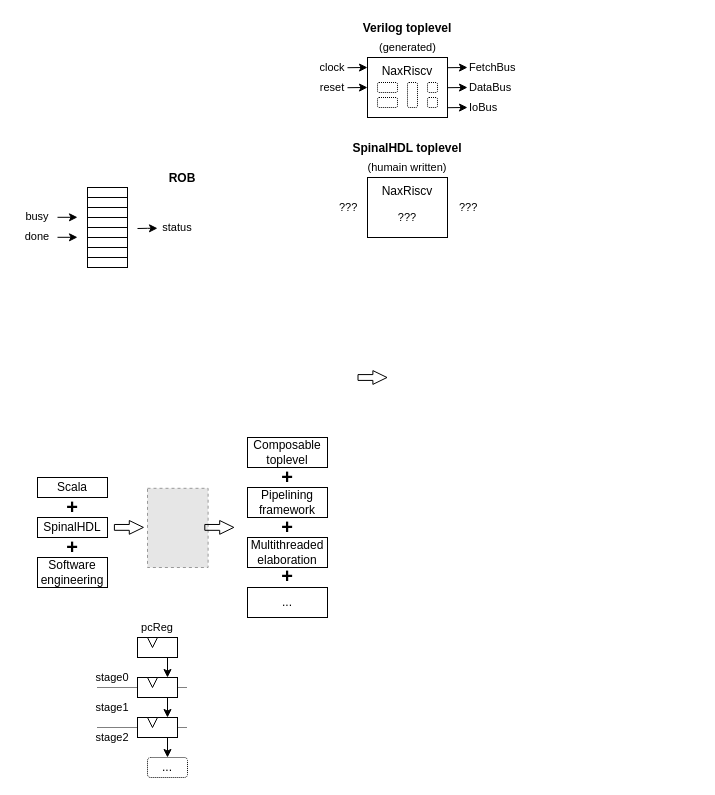
Above: page "misc" (10 of 10) of source/asset/miaou.drawio in SpinalHDL/NaxRiscv-Rtd (draw.io), before the change. Source tidied: cells renumbered, new cells numbered last; positions are measured from the earlier drawing's top-left corner, leaving out a move shared by most shapes. Both pictures are drawn from the tidied source at 100%, with x=0, y=0 at pixel (17, 17). Pictures stored in the file or linked from it are replaced by grey dashed boxes.
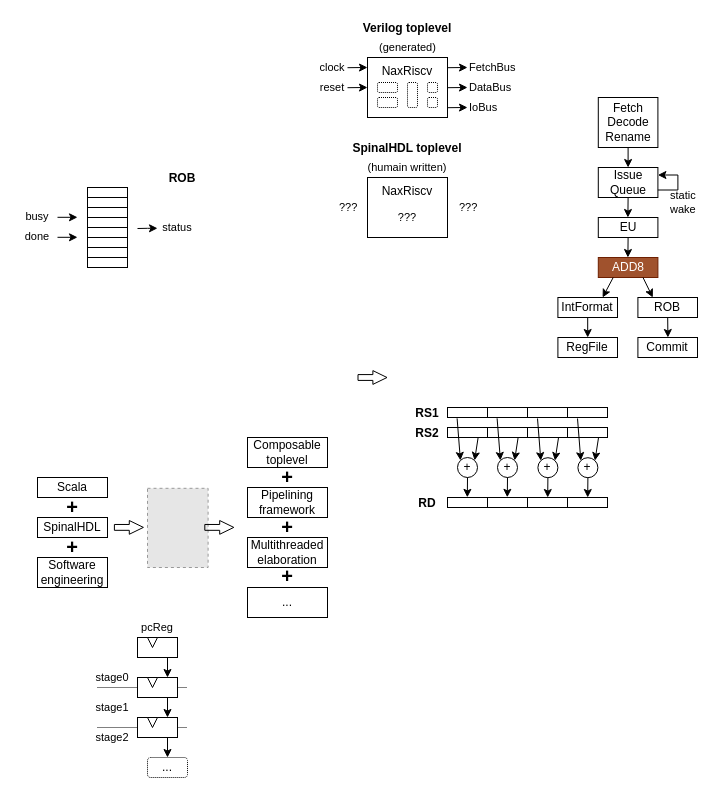
Above is the later version.

The edit, as a diff of the source:
```diff
@@
+    <mxCell id="76" style="rounded=0;jettySize=auto;html=1;fontSize=12;startArrow=none;startFill=0;endArrow=classic;endFill=1;entryX=1;entryY=0;entryDx=0;entryDy=0;exitX=0.191;exitY=1.016;exitDx=0;exitDy=0;exitPerimeter=0;" parent="1" edge="1" target="77">
+      <mxGeometry relative="1" as="geometry">
+        <mxPoint x="460.6" y="420.2" as="sourcePoint" />
+      </mxGeometry>
+    </mxCell>
+    <mxCell id="77" value="+" style="ellipse;whiteSpace=wrap;html=1;fontSize=12;" parent="1" vertex="1">
+      <mxGeometry x="440" y="440" width="20" height="20" as="geometry" />
+    </mxCell>
+    <mxCell id="78" style="rounded=0;whiteSpace=wrap;html=1;" parent="1" vertex="1">
+      <mxGeometry x="430" y="480" width="160" height="10" as="geometry" />
+    </mxCell>
+    <mxCell id="79" style="edgeStyle=orthogonalEdgeStyle;rounded=0;jettySize=auto;html=1;fontSize=12;startArrow=none;startFill=0;endArrow=classic;endFill=1;exitX=0.5;exitY=1;exitDx=0;exitDy=0;entryX=0.124;entryY=-0.016;entryDx=0;entryDy=0;entryPerimeter=0;" parent="1" edge="1" source="77" target="78">
+      <mxGeometry relative="1" as="geometry">
+        <Array as="points">
+          <mxPoint x="450" y="460" />
+        </Array>
+      </mxGeometry>
+    </mxCell>
+    <mxCell id="80" style="rounded=0;whiteSpace=wrap;html=1;" parent="1" vertex="1">
+      <mxGeometry x="430" y="410" width="160" height="10" as="geometry" />
+    </mxCell>
+    <mxCell id="81" style="rounded=0;jettySize=auto;html=1;fontSize=12;startArrow=none;startFill=0;endArrow=classic;endFill=1;exitX=0.06;exitY=1.084;exitDx=0;exitDy=0;exitPerimeter=0;entryX=0;entryY=0;entryDx=0;entryDy=0;" parent="1" edge="1" source="85" target="77">
+      <mxGeometry relative="1" as="geometry" />
+    </mxCell>
+    <mxCell id="82" style="rounded=0;orthogonalLoop=1;jettySize=auto;html=1;fontSize=12;startArrow=none;startFill=0;endArrow=none;endFill=0;exitX=0.25;exitY=0;exitDx=0;exitDy=0;entryX=0.25;entryY=1;entryDx=0;entryDy=0;" parent="1" edge="1" source="80" target="80">
+      <mxGeometry relative="1" as="geometry" />
+    </mxCell>
+    <mxCell id="83" style="rounded=0;orthogonalLoop=1;jettySize=auto;html=1;fontSize=12;startArrow=none;startFill=0;endArrow=none;endFill=0;entryX=0.25;entryY=1;entryDx=0;entryDy=0;" parent="1" edge="1">
+      <mxGeometry relative="1" as="geometry">
+        <mxPoint x="550" y="410" as="sourcePoint" />
+        <mxPoint x="550" y="420" as="targetPoint" />
+      </mxGeometry>
+    </mxCell>
+    <mxCell id="84" style="rounded=0;orthogonalLoop=1;jettySize=auto;html=1;fontSize=12;startArrow=none;startFill=0;endArrow=none;endFill=0;entryX=0.5;entryY=1;entryDx=0;entryDy=0;exitX=0.5;exitY=0;exitDx=0;exitDy=0;" parent="1" edge="1" source="80" target="80">
+      <mxGeometry relative="1" as="geometry" />
+    </mxCell>
+    <mxCell id="85" style="rounded=0;whiteSpace=wrap;html=1;" parent="1" vertex="1">
+      <mxGeometry x="430" y="390" width="160" height="10" as="geometry" />
+    </mxCell>
+    <mxCell id="86" style="rounded=0;orthogonalLoop=1;jettySize=auto;html=1;fontSize=12;startArrow=none;startFill=0;endArrow=none;endFill=0;exitX=0.25;exitY=0;exitDx=0;exitDy=0;entryX=0.25;entryY=1;entryDx=0;entryDy=0;" parent="1" edge="1" source="85" target="85">
+      <mxGeometry relative="1" as="geometry" />
+    </mxCell>
+    <mxCell id="87" style="rounded=0;orthogonalLoop=1;jettySize=auto;html=1;fontSize=12;startArrow=none;startFill=0;endArrow=none;endFill=0;entryX=0.25;entryY=1;entryDx=0;entryDy=0;" parent="1" edge="1">
+      <mxGeometry relative="1" as="geometry">
+        <mxPoint x="550" y="390" as="sourcePoint" />
+        <mxPoint x="550" y="400" as="targetPoint" />
+      </mxGeometry>
+    </mxCell>
+    <mxCell id="88" style="rounded=0;orthogonalLoop=1;jettySize=auto;html=1;fontSize=12;startArrow=none;startFill=0;endArrow=none;endFill=0;entryX=0.5;entryY=1;entryDx=0;entryDy=0;exitX=0.5;exitY=0;exitDx=0;exitDy=0;" parent="1" edge="1" source="85" target="85">
+      <mxGeometry relative="1" as="geometry" />
+    </mxCell>
+    <mxCell id="89" value="RS1" style="text;strokeColor=none;fillColor=none;align=center;verticalAlign=middle;spacingLeft=4;spacingRight=4;overflow=hidden;fontStyle=1;" parent="1" vertex="1">
+      <mxGeometry x="390" y="385" width="40" height="20" as="geometry" />
+    </mxCell>
+    <mxCell id="90" value="RS2" style="text;strokeColor=none;fillColor=none;align=center;verticalAlign=middle;spacingLeft=4;spacingRight=4;overflow=hidden;fontStyle=1;" parent="1" vertex="1">
+      <mxGeometry x="390" y="405" width="40" height="20" as="geometry" />
+    </mxCell>
+    <mxCell id="91" value="RD" style="text;strokeColor=none;fillColor=none;align=center;verticalAlign=middle;spacingLeft=4;spacingRight=4;overflow=hidden;fontStyle=1;" parent="1" vertex="1">
+      <mxGeometry x="390" y="475" width="40" height="20" as="geometry" />
+    </mxCell>
+    <mxCell id="92" style="rounded=0;orthogonalLoop=1;jettySize=auto;html=1;fontSize=12;startArrow=none;startFill=0;endArrow=none;endFill=0;exitX=0.25;exitY=0;exitDx=0;exitDy=0;entryX=0.25;entryY=1;entryDx=0;entryDy=0;" parent="1" edge="1">
+      <mxGeometry relative="1" as="geometry">
+        <mxPoint x="470" y="480" as="sourcePoint" />
+        <mxPoint x="470" y="490" as="targetPoint" />
+      </mxGeometry>
+    </mxCell>
+    <mxCell id="93" style="rounded=0;orthogonalLoop=1;jettySize=auto;html=1;fontSize=12;startArrow=none;startFill=0;endArrow=none;endFill=0;entryX=0.25;entryY=1;entryDx=0;entryDy=0;" parent="1" edge="1">
+      <mxGeometry relative="1" as="geometry">
+        <mxPoint x="550" y="480" as="sourcePoint" />
+        <mxPoint x="550" y="490" as="targetPoint" />
+      </mxGeometry>
+    </mxCell>
+    <mxCell id="94" style="rounded=0;orthogonalLoop=1;jettySize=auto;html=1;fontSize=12;startArrow=none;startFill=0;endArrow=none;endFill=0;entryX=0.5;entryY=1;entryDx=0;entryDy=0;exitX=0.5;exitY=0;exitDx=0;exitDy=0;" parent="1" edge="1">
+      <mxGeometry relative="1" as="geometry">
+        <mxPoint x="510" y="480" as="sourcePoint" />
+        <mxPoint x="510" y="490" as="targetPoint" />
+      </mxGeometry>
+    </mxCell>
+    <mxCell id="95" style="rounded=0;jettySize=auto;html=1;fontSize=12;startArrow=none;startFill=0;endArrow=classic;endFill=1;entryX=1;entryY=0;entryDx=0;entryDy=0;exitX=0.191;exitY=1.016;exitDx=0;exitDy=0;exitPerimeter=0;" parent="1" edge="1" target="96">
+      <mxGeometry relative="1" as="geometry">
+        <mxPoint x="500.6" y="420.2" as="sourcePoint" />
+      </mxGeometry>
+    </mxCell>
+    <mxCell id="96" value="+" style="ellipse;whiteSpace=wrap;html=1;fontSize=12;" parent="1" vertex="1">
+      <mxGeometry x="480" y="440" width="20" height="20" as="geometry" />
+    </mxCell>
+    <mxCell id="97" style="edgeStyle=orthogonalEdgeStyle;rounded=0;jettySize=auto;html=1;fontSize=12;startArrow=none;startFill=0;endArrow=classic;endFill=1;exitX=0.5;exitY=1;exitDx=0;exitDy=0;entryX=0.124;entryY=-0.016;entryDx=0;entryDy=0;entryPerimeter=0;" parent="1" edge="1" source="96">
+      <mxGeometry relative="1" as="geometry">
+        <mxPoint x="489.8" y="479.8" as="targetPoint" />
+        <Array as="points">
+          <mxPoint x="490" y="460" />
+        </Array>
+      </mxGeometry>
+    </mxCell>
+    <mxCell id="98" style="rounded=0;jettySize=auto;html=1;fontSize=12;startArrow=none;startFill=0;endArrow=classic;endFill=1;exitX=0.06;exitY=1.084;exitDx=0;exitDy=0;exitPerimeter=0;entryX=0;entryY=0;entryDx=0;entryDy=0;" parent="1" edge="1" target="96">
+      <mxGeometry relative="1" as="geometry">
+        <mxPoint x="479.6" y="400.8" as="sourcePoint" />
+      </mxGeometry>
+    </mxCell>
+    <mxCell id="99" style="rounded=0;jettySize=auto;html=1;fontSize=12;startArrow=none;startFill=0;endArrow=classic;endFill=1;entryX=1;entryY=0;entryDx=0;entryDy=0;exitX=0.191;exitY=1.016;exitDx=0;exitDy=0;exitPerimeter=0;" parent="1" edge="1" target="100">
+      <mxGeometry relative="1" as="geometry">
+        <mxPoint x="541" y="420.3" as="sourcePoint" />
+      </mxGeometry>
+    </mxCell>
+    <mxCell id="100" value="+" style="ellipse;whiteSpace=wrap;html=1;fontSize=12;" parent="1" vertex="1">
+      <mxGeometry x="520.4" y="440.2" width="20" height="20" as="geometry" />
+    </mxCell>
+    <mxCell id="101" style="edgeStyle=orthogonalEdgeStyle;rounded=0;jettySize=auto;html=1;fontSize=12;startArrow=none;startFill=0;endArrow=classic;endFill=1;exitX=0.5;exitY=1;exitDx=0;exitDy=0;entryX=0.124;entryY=-0.016;entryDx=0;entryDy=0;entryPerimeter=0;" parent="1" edge="1" source="100">
+      <mxGeometry relative="1" as="geometry">
+        <mxPoint x="530.2" y="480" as="targetPoint" />
+        <Array as="points">
+          <mxPoint x="530.4" y="460.2" />
+        </Array>
+      </mxGeometry>
+    </mxCell>
+    <mxCell id="102" style="rounded=0;jettySize=auto;html=1;fontSize=12;startArrow=none;startFill=0;endArrow=classic;endFill=1;exitX=0.06;exitY=1.084;exitDx=0;exitDy=0;exitPerimeter=0;entryX=0;entryY=0;entryDx=0;entryDy=0;" parent="1" edge="1" target="100">
+      <mxGeometry relative="1" as="geometry">
+        <mxPoint x="520" y="401" as="sourcePoint" />
+      </mxGeometry>
+    </mxCell>
+    <mxCell id="103" style="rounded=0;jettySize=auto;html=1;fontSize=12;startArrow=none;startFill=0;endArrow=classic;endFill=1;entryX=1;entryY=0;entryDx=0;entryDy=0;exitX=0.191;exitY=1.016;exitDx=0;exitDy=0;exitPerimeter=0;" parent="1" edge="1" target="104">
+      <mxGeometry relative="1" as="geometry">
+        <mxPoint x="581" y="420.3" as="sourcePoint" />
+      </mxGeometry>
+    </mxCell>
+    <mxCell id="104" value="+" style="ellipse;whiteSpace=wrap;html=1;fontSize=12;" parent="1" vertex="1">
+      <mxGeometry x="560.4" y="440.2" width="20" height="20" as="geometry" />
+    </mxCell>
+    <mxCell id="105" style="edgeStyle=orthogonalEdgeStyle;rounded=0;jettySize=auto;html=1;fontSize=12;startArrow=none;startFill=0;endArrow=classic;endFill=1;exitX=0.5;exitY=1;exitDx=0;exitDy=0;entryX=0.124;entryY=-0.016;entryDx=0;entryDy=0;entryPerimeter=0;" parent="1" edge="1" source="104">
+      <mxGeometry relative="1" as="geometry">
+        <mxPoint x="570.2" y="480" as="targetPoint" />
+        <Array as="points">
+          <mxPoint x="570.4" y="460.2" />
+        </Array>
+      </mxGeometry>
+    </mxCell>
+    <mxCell id="106" style="rounded=0;jettySize=auto;html=1;fontSize=12;startArrow=none;startFill=0;endArrow=classic;endFill=1;exitX=0.06;exitY=1.084;exitDx=0;exitDy=0;exitPerimeter=0;entryX=0;entryY=0;entryDx=0;entryDy=0;" parent="1" edge="1" target="104">
+      <mxGeometry relative="1" as="geometry">
+        <mxPoint x="560" y="401" as="sourcePoint" />
+      </mxGeometry>
+    </mxCell>
+    <mxCell id="107" value="EU" style="rounded=0;whiteSpace=wrap;html=1;" parent="1" vertex="1">
+      <mxGeometry x="580.8" y="200" width="59.6" height="20" as="geometry" />
+    </mxCell>
+    <mxCell id="108" value="ADD8" style="rounded=0;whiteSpace=wrap;html=1;fillColor=#a0522d;fontColor=#ffffff;strokeColor=#6D1F00;" parent="1" vertex="1">
+      <mxGeometry x="580.8" y="240" width="59.6" height="20" as="geometry" />
+    </mxCell>
+    <mxCell id="109" value="IntFormat" style="rounded=0;whiteSpace=wrap;html=1;" parent="1" vertex="1">
+      <mxGeometry x="540.4" y="280" width="59.6" height="20" as="geometry" />
+    </mxCell>
+    <mxCell id="110" style="edgeStyle=orthogonalEdgeStyle;rounded=0;jettySize=auto;html=1;fontSize=12;startArrow=none;startFill=0;endArrow=classic;endFill=1;exitX=0.5;exitY=1;exitDx=0;exitDy=0;" parent="1" edge="1" source="107">
+      <mxGeometry relative="1" as="geometry">
+        <mxPoint x="610.4" y="240" as="targetPoint" />
+      </mxGeometry>
+    </mxCell>
+    <mxCell id="111" style="rounded=0;jettySize=auto;html=1;fontSize=12;startArrow=none;startFill=0;endArrow=classic;endFill=1;exitX=0.25;exitY=1;exitDx=0;exitDy=0;entryX=0.75;entryY=0;entryDx=0;entryDy=0;" parent="1" edge="1" source="108" target="109">
+      <mxGeometry relative="1" as="geometry" />
+    </mxCell>
+    <mxCell id="112" value="RegFile" style="rounded=0;whiteSpace=wrap;html=1;" parent="1" vertex="1">
+      <mxGeometry x="540.4" y="320" width="59.6" height="20" as="geometry" />
+    </mxCell>
+    <mxCell id="113" style="edgeStyle=orthogonalEdgeStyle;rounded=0;orthogonalLoop=1;jettySize=auto;html=1;fontSize=12;startArrow=none;startFill=0;endArrow=classic;endFill=1;exitX=0.5;exitY=1;exitDx=0;exitDy=0;entryX=0.5;entryY=0;entryDx=0;entryDy=0;" parent="1" edge="1">
+      <mxGeometry relative="1" as="geometry">
+        <mxPoint x="570.2" y="300" as="sourcePoint" />
+        <mxPoint x="570.2" y="320" as="targetPoint" />
+      </mxGeometry>
+    </mxCell>
+    <mxCell id="114" value="Issue Queue" style="rounded=0;whiteSpace=wrap;html=1;" parent="1" vertex="1">
+      <mxGeometry x="580.8" y="150" width="59.6" height="30" as="geometry" />
+    </mxCell>
+    <mxCell id="115" style="edgeStyle=orthogonalEdgeStyle;rounded=0;jettySize=auto;html=1;fontSize=12;startArrow=none;startFill=0;endArrow=classic;endFill=1;exitX=0.5;exitY=1;exitDx=0;exitDy=0;" parent="1" edge="1" source="114">
+      <mxGeometry relative="1" as="geometry">
+        <mxPoint x="610.4" y="200" as="targetPoint" />
+      </mxGeometry>
+    </mxCell>
+    <mxCell id="116" style="edgeStyle=elbowEdgeStyle;rounded=0;orthogonalLoop=1;jettySize=auto;html=1;fontSize=12;startArrow=none;startFill=0;endArrow=classic;endFill=1;exitX=1;exitY=0.75;exitDx=0;exitDy=0;entryX=1;entryY=0.25;entryDx=0;entryDy=0;" parent="1" edge="1" source="114" target="114">
+      <mxGeometry relative="1" as="geometry">
+        <Array as="points">
+          <mxPoint x="660.4" y="165" />
+          <mxPoint x="660.4" y="165" />
+        </Array>
+      </mxGeometry>
+    </mxCell>
+    <mxCell id="117" value="ROB" style="rounded=0;whiteSpace=wrap;html=1;" parent="1" vertex="1">
+      <mxGeometry x="620.4" y="280" width="59.6" height="20" as="geometry" />
+    </mxCell>
+    <mxCell id="118" value="Commit" style="rounded=0;whiteSpace=wrap;html=1;" parent="1" vertex="1">
+      <mxGeometry x="620.4" y="320" width="59.6" height="20" as="geometry" />
+    </mxCell>
+    <mxCell id="119" style="rounded=0;jettySize=auto;html=1;fontSize=12;startArrow=none;startFill=0;endArrow=classic;endFill=1;exitX=0.75;exitY=1;exitDx=0;exitDy=0;entryX=0.25;entryY=0;entryDx=0;entryDy=0;" parent="1" edge="1" source="108" target="117">
+      <mxGeometry relative="1" as="geometry" />
+    </mxCell>
+    <mxCell id="120" style="edgeStyle=orthogonalEdgeStyle;rounded=0;jettySize=auto;html=1;fontSize=12;startArrow=none;startFill=0;endArrow=classic;endFill=1;exitX=0.5;exitY=1;exitDx=0;exitDy=0;" parent="1" edge="1" source="117">
+      <mxGeometry relative="1" as="geometry">
+        <mxPoint x="650.4" y="320" as="targetPoint" />
+      </mxGeometry>
+    </mxCell>
+    <mxCell id="121" value="static wake" style="text;html=1;strokeColor=none;fillColor=none;align=left;verticalAlign=middle;whiteSpace=wrap;rounded=0;dashed=1;dashPattern=1 1;labelBackgroundColor=none;fontSize=11;" parent="1" vertex="1">
+      <mxGeometry x="650.8" y="175" width="30" height="20" as="geometry" />
+    </mxCell>
+    <mxCell id="122" value="Fetch&lt;br&gt;Decode Rename" style="rounded=0;whiteSpace=wrap;html=1;" parent="1" vertex="1">
+      <mxGeometry x="580.8" y="80" width="59.6" height="50" as="geometry" />
+    </mxCell>
+    <mxCell id="123" style="edgeStyle=orthogonalEdgeStyle;rounded=0;jettySize=auto;html=1;fontSize=12;startArrow=none;startFill=0;endArrow=classic;endFill=1;exitX=0.5;exitY=1;exitDx=0;exitDy=0;entryX=0.5;entryY=0;entryDx=0;entryDy=0;" parent="1" edge="1" source="122" target="114">
+      <mxGeometry relative="1" as="geometry" />
+    </mxCell>
```
